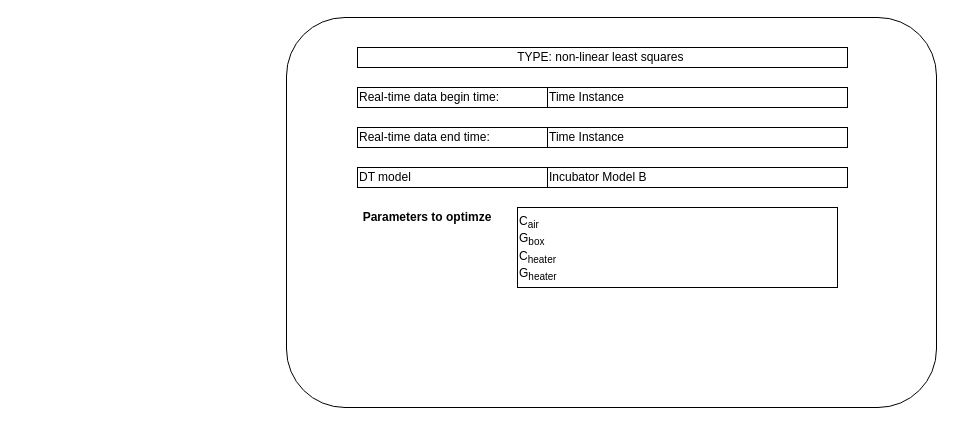
Earlier version of the draw.io diagram page "State Estimation" (7 of 11) of notes/casper/wireframe.drawio (INTO-CPS-Association/example_digital-twin_incubator). Source tidied: cells renumbered, new cells numbered last; positions are measured from the earlier drawing's top-left corner, leaving out a move shared by most shapes. Both pictures are drawn from the tidied source at 100%, with x=0, y=0 at pixel (286, 17).
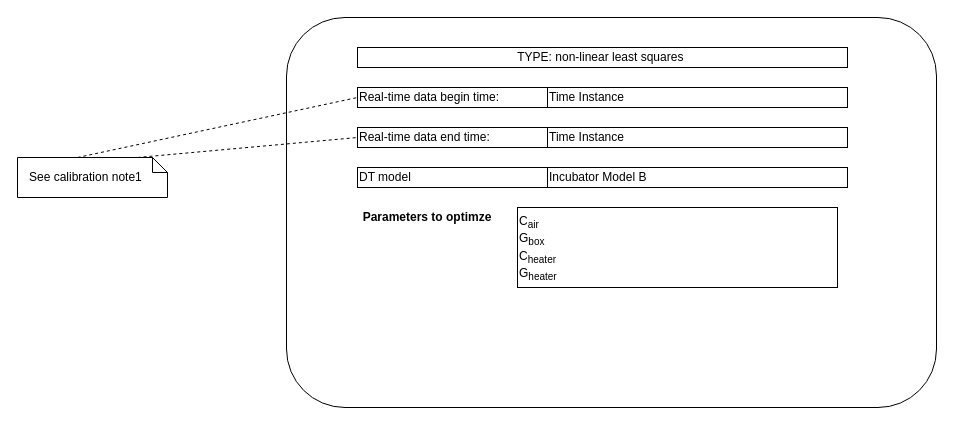
Above is the later version.

Diff of the diagram source:
```diff
@@
 <mxGraphModel>
   <root>
     <mxCell id="0" />
     <mxCell id="1" parent="0" />
     <mxCell id="2" style="rounded=1;whiteSpace=wrap;html=1;" parent="1" vertex="1">
       <mxGeometry width="650" height="390" as="geometry" />
     </mxCell>
     <mxCell id="3" value="TYPE:&amp;nbsp;&lt;font style=&quot;font-size: 12px&quot;&gt;n&lt;font style=&quot;font-size: 12px&quot;&gt;on-linear least squares&amp;nbsp;&lt;/font&gt;&lt;/font&gt;" style="rounded=0;whiteSpace=wrap;html=1;" parent="1" vertex="1">
       <mxGeometry x="71" y="30" width="490" height="20" as="geometry" />
     </mxCell>
     <mxCell id="4" value="Real-time data end time:" style="rounded=0;whiteSpace=wrap;html=1;align=left;" parent="1" vertex="1">
       <mxGeometry x="71" y="110" width="490" height="20" as="geometry" />
     </mxCell>
     <mxCell id="5" value="Time Instance" style="rounded=0;whiteSpace=wrap;html=1;align=left;" parent="1" vertex="1">
       <mxGeometry x="261" y="110" width="300" height="20" as="geometry" />
     </mxCell>
     <mxCell id="6" value="Real-time data begin time:" style="rounded=0;whiteSpace=wrap;html=1;align=left;" parent="1" vertex="1">
       <mxGeometry x="71" y="70" width="490" height="20" as="geometry" />
     </mxCell>
     <mxCell id="7" value="Time Instance" style="rounded=0;whiteSpace=wrap;html=1;align=left;" parent="1" vertex="1">
       <mxGeometry x="261" y="70" width="300" height="20" as="geometry" />
     </mxCell>
     <mxCell id="8" value="C&lt;sub&gt;air&lt;/sub&gt;&lt;br&gt;G&lt;sub&gt;box&lt;br&gt;&lt;/sub&gt;C&lt;sub&gt;heater&lt;br&gt;&lt;div&gt;&lt;span style=&quot;font-size: 12px&quot;&gt;G&lt;/span&gt;&lt;sub&gt;&lt;font style=&quot;font-size: 10px&quot;&gt;heater&lt;/font&gt;&lt;/sub&gt;&lt;/div&gt;&lt;/sub&gt;" style="rounded=0;whiteSpace=wrap;html=1;align=left;verticalAlign=top;" parent="1" vertex="1">
       <mxGeometry x="231" y="190" width="320" height="80" as="geometry" />
     </mxCell>
     <mxCell id="9" value="Parameters to optimze" style="text;html=1;strokeColor=none;fillColor=none;align=center;verticalAlign=middle;whiteSpace=wrap;rounded=0;fontStyle=1;" parent="1" vertex="1">
       <mxGeometry x="71" y="190" width="140" height="20" as="geometry" />
     </mxCell>
     <mxCell id="10" value="DT model" style="rounded=0;whiteSpace=wrap;html=1;align=left;" parent="1" vertex="1">
       <mxGeometry x="71" y="150" width="490" height="20" as="geometry" />
     </mxCell>
     <mxCell id="11" value="Incubator Model B" style="rounded=0;whiteSpace=wrap;html=1;align=left;" parent="1" vertex="1">
       <mxGeometry x="261" y="150" width="300" height="20" as="geometry" />
     </mxCell>
+    <mxCell id="12" value="See calibration note1" style="shape=note;size=15;align=left;spacingLeft=10;html=1;whiteSpace=wrap;" parent="1" vertex="1">
+      <mxGeometry x="-269" y="140" width="150" height="40" as="geometry" />
+    </mxCell>
+    <mxCell id="13" style="edgeStyle=none;endArrow=none;exitX=0.4;exitY=0;dashed=1;html=1;entryX=0;entryY=0.5;entryDx=0;entryDy=0;" parent="1" edge="1" source="12" target="6">
+      <mxGeometry x="1" relative="1" as="geometry" />
+    </mxCell>
+    <mxCell id="14" style="edgeStyle=none;endArrow=none;exitX=0.8;exitY=0;dashed=1;html=1;entryX=0;entryY=0.5;entryDx=0;entryDy=0;" parent="1" edge="1" source="12" target="4">
+      <mxGeometry x="1" relative="1" as="geometry" />
+    </mxCell>
   </root>
 </mxGraphModel>
```
